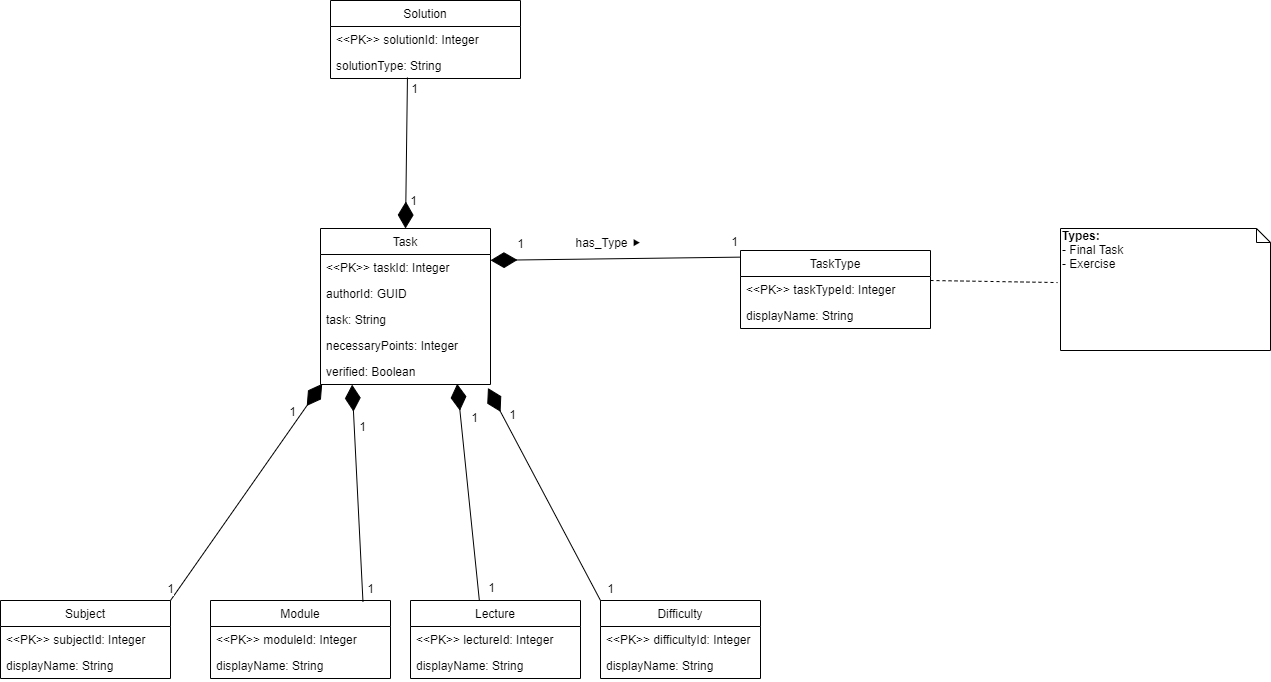
This is .docs/ER_Diagram_Task_MS_Database.png from E-Edu/task, a draw.io export, as it was before one commit. Source tidied: cells renumbered, new cells last; positions are measured from the earlier drawing's top-left corner, leaving out a move shared by most shapes.
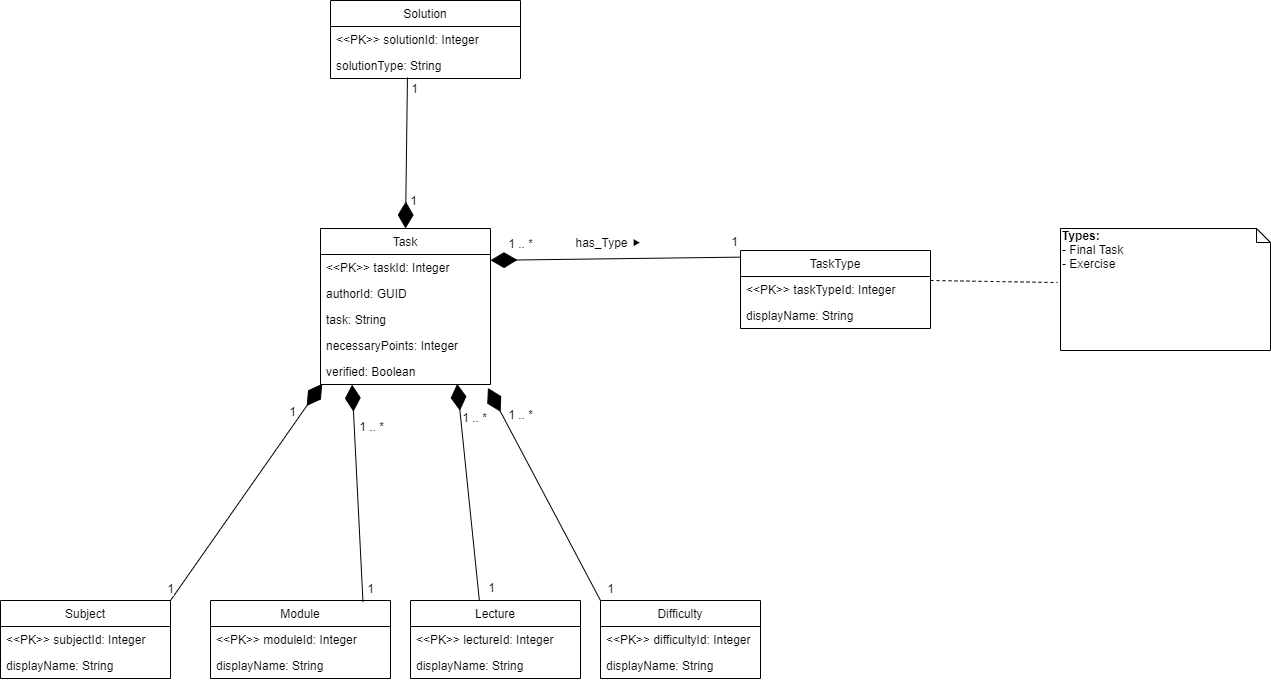
The same file after the commit.

Commit message:
Changed relationship between Task and Module, Lecture, Dificulty, TaskType

What changed in the source:
```diff
@@ -15,7 +15,7 @@
         <mxPoint y="-16.6" as="offset" />
       </mxGeometry>
     </mxCell>
-    <mxCell id="5" value="1" style="text;html=1;align=center;verticalAlign=middle;labelBackgroundColor=#ffffff;" parent="2" vertex="1">
+    <mxCell id="5" value="1 .. *" style="text;html=1;align=center;verticalAlign=middle;labelBackgroundColor=#ffffff;" parent="2" vertex="1">
       <mxGeometry x="0.77" relative="1" as="geometry">
         <mxPoint y="-16.5" as="offset" />
       </mxGeometry>
@@ -76,9 +76,9 @@
     <mxCell id="21" style="endArrow=diamondThin;endFill=1;endSize=24;html=1;entryX=0.186;entryY=1.006;entryDx=0;entryDy=0;entryPerimeter=0;exitX=0.847;exitY=0.013;exitDx=0;exitDy=0;exitPerimeter=0;" parent="1" edge="1" source="24" target="38">
       <mxGeometry relative="1" as="geometry" />
     </mxCell>
-    <mxCell id="22" value="1" style="text;html=1;align=center;verticalAlign=middle;labelBackgroundColor=#ffffff;" parent="21" vertex="1">
+    <mxCell id="22" value="1 .. *" style="text;html=1;align=center;verticalAlign=middle;labelBackgroundColor=#ffffff;" parent="21" vertex="1">
       <mxGeometry x="0.62" y="-1" relative="1" as="geometry">
-        <mxPoint x="7.2" as="offset" />
+        <mxPoint x="15.3" as="offset" />
       </mxGeometry>
     </mxCell>
     <mxCell id="23" value="1" style="text;html=1;align=center;verticalAlign=middle;labelBackgroundColor=#ffffff;" parent="21" vertex="1">
@@ -98,7 +98,7 @@
     <mxCell id="27" style="endArrow=diamondThin;endFill=1;endSize=24;html=1;entryX=0.804;entryY=0.974;entryDx=0;entryDy=0;entryPerimeter=0;exitX=0.405;exitY=0;exitDx=0;exitDy=0;exitPerimeter=0;" parent="1" edge="1" source="12" target="38">
       <mxGeometry relative="1" as="geometry" />
     </mxCell>
-    <mxCell id="28" value="1" style="text;html=1;align=center;verticalAlign=middle;labelBackgroundColor=#ffffff;" parent="27" vertex="1">
+    <mxCell id="28" value="1 .. *" style="text;html=1;align=center;verticalAlign=middle;labelBackgroundColor=#ffffff;" parent="27" vertex="1">
       <mxGeometry x="0.69" relative="1" as="geometry">
         <mxPoint x="13.3" as="offset" />
       </mxGeometry>
@@ -111,9 +111,9 @@
     <mxCell id="30" style="endArrow=diamondThin;endFill=1;endSize=24;html=1;entryX=0.985;entryY=1.135;entryDx=0;entryDy=0;entryPerimeter=0;exitX=0;exitY=0;exitDx=0;exitDy=0;" parent="1" edge="1" source="9" target="38">
       <mxGeometry relative="1" as="geometry" />
     </mxCell>
-    <mxCell id="31" value="1" style="text;html=1;align=center;verticalAlign=middle;labelBackgroundColor=#ffffff;" parent="30" vertex="1">
+    <mxCell id="31" value="1 .. *" style="text;html=1;align=center;verticalAlign=middle;labelBackgroundColor=#ffffff;" parent="30" vertex="1">
       <mxGeometry x="0.74" y="-3" relative="1" as="geometry">
-        <mxPoint x="6.3" as="offset" />
+        <mxPoint x="15.2" as="offset" />
       </mxGeometry>
     </mxCell>
     <mxCell id="32" value="1" style="text;html=1;align=center;verticalAlign=middle;labelBackgroundColor=#ffffff;" parent="30" vertex="1">
```
